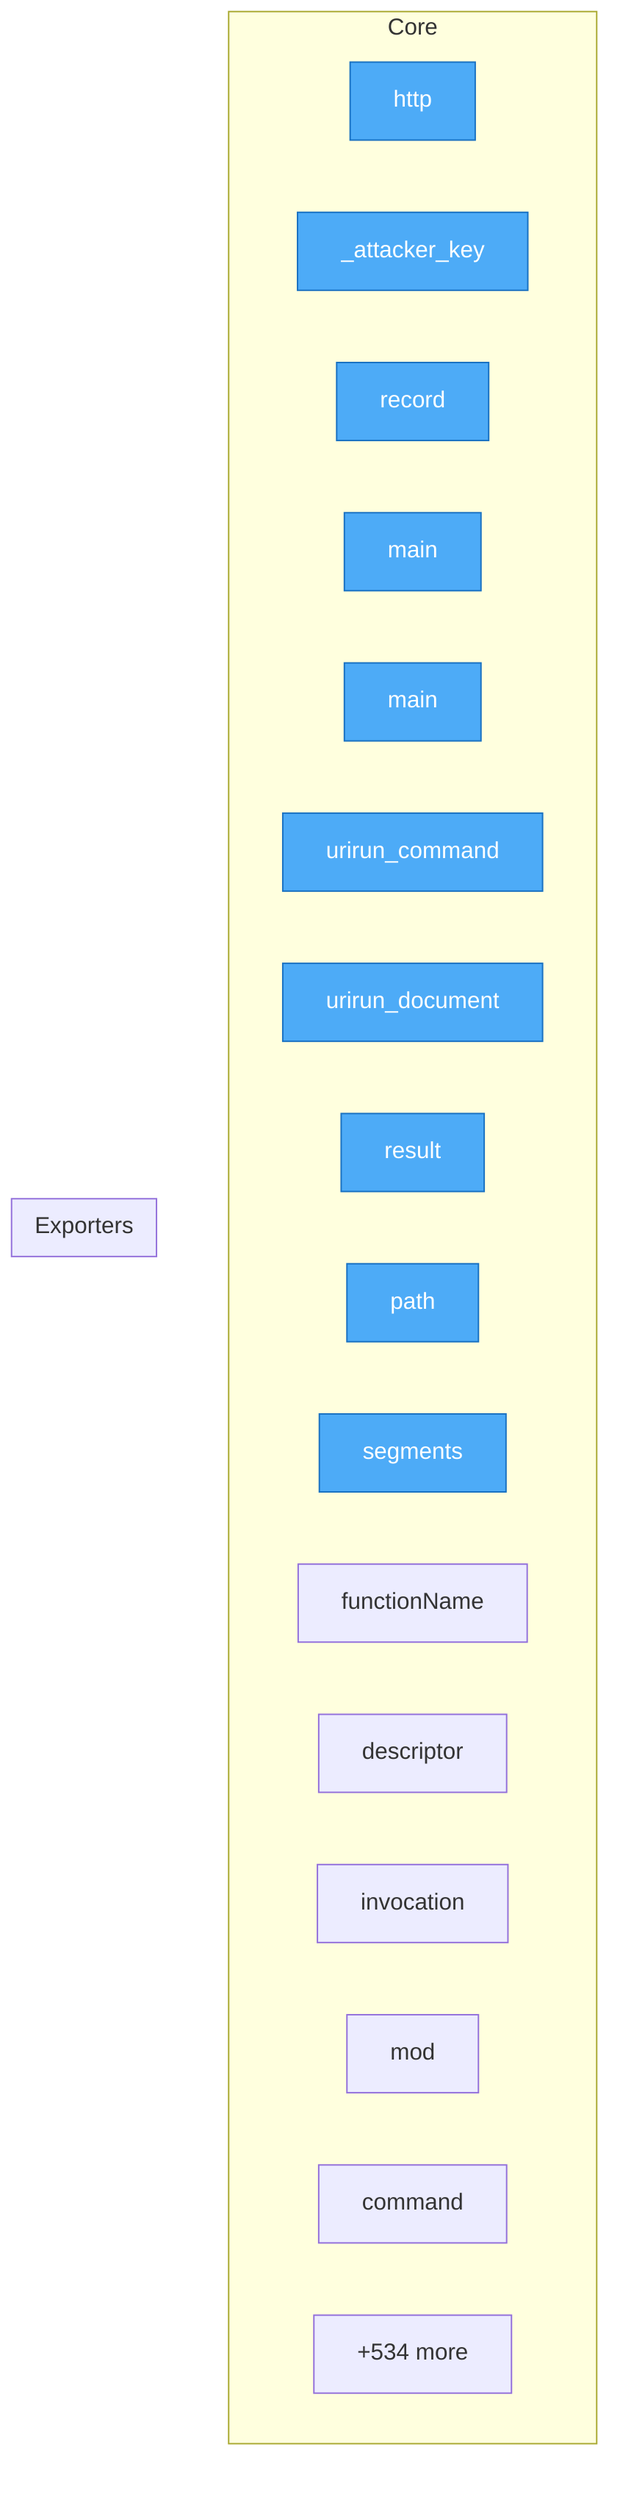
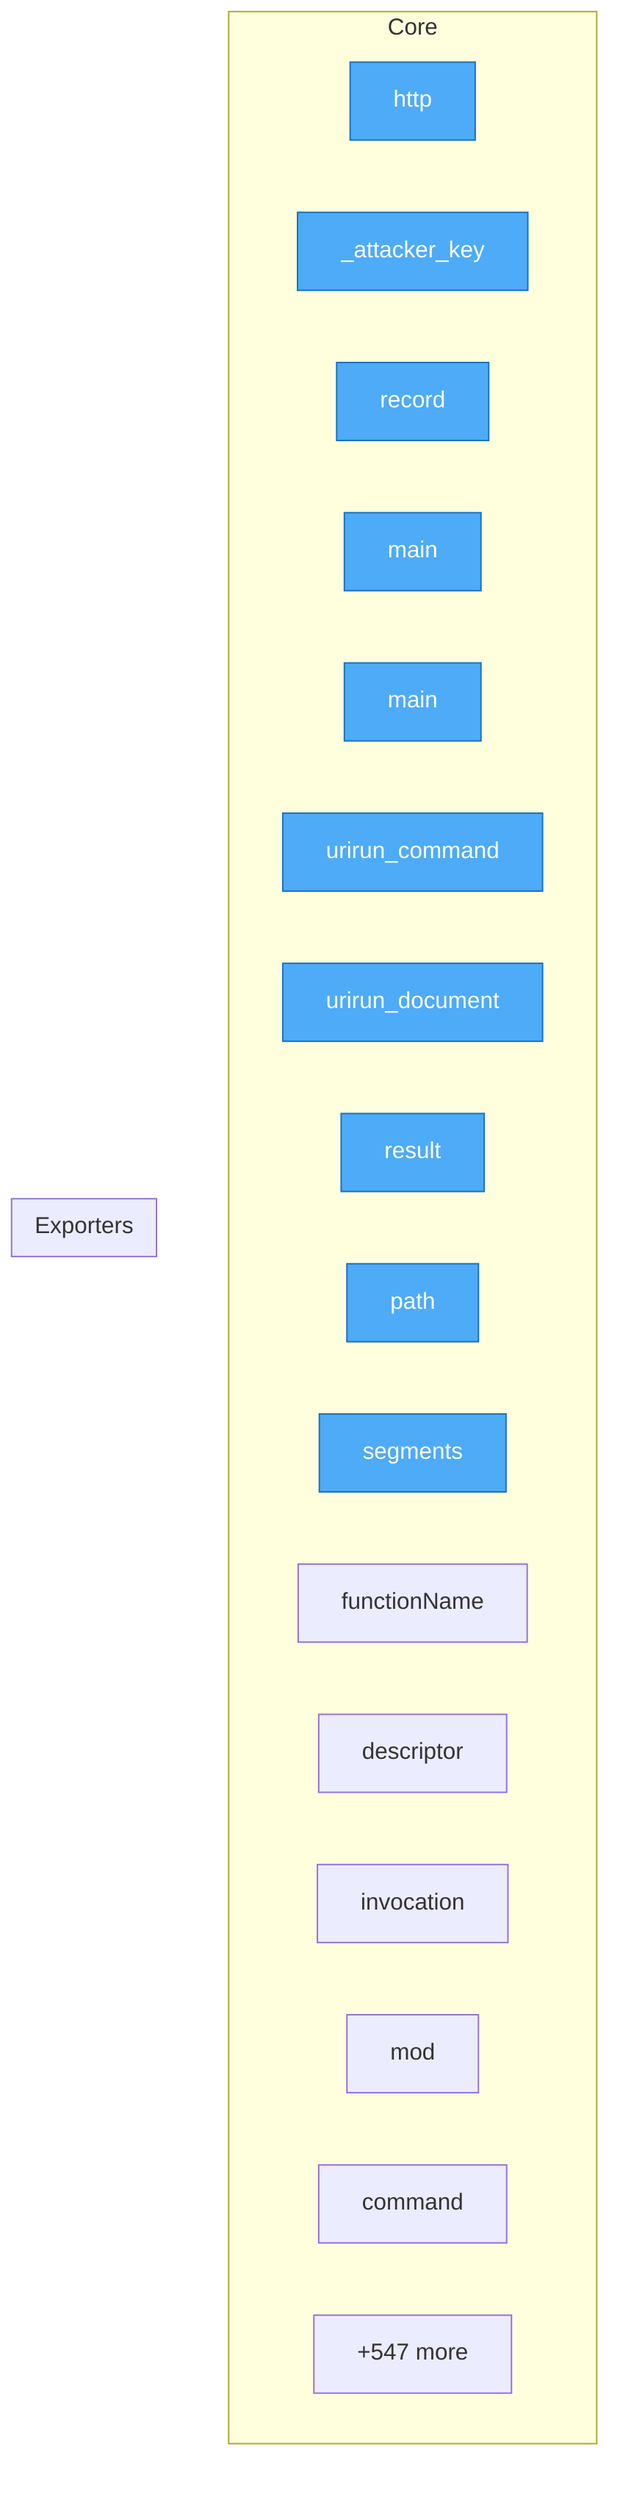
flowchart TD
- %% generated in 0.06s
+ %% generated in 0.04s

    %% Entry points (blue)
    classDef entry fill:#4dabf7,stroke:#1971c2,color:#fff

    subgraph Core
        security__mesh_probe__probe__http["http"]
        security__mesh_probe__probe___attacker_key["_attacker_key"]
        security__mesh_probe__probe__record["record"]
        adapters__conformance__main["main"]
        adapters__new_connector__main["main"]
        adapters__bash__urirun__urirun_command["urirun_command"]
        adapters__bash__urirun__urirun_document["urirun_document"]
        adapters__js__index__test__result["result"]
        adapters__js__path["path"]
        adapters__js__segments["segments"]
        adapters__js__functionName["functionName"]
        adapters__js__descriptor["descriptor"]
        adapters__js__invocation["invocation"]
        adapters__js__mod["mod"]
        adapters__java__Urirun__Urirun__command["command"]
-         ...["+534 more"]
+         ...["+547 more"]
    end

    subgraph Exporters
    end

    class security__mesh_probe__probe__http,security__mesh_probe__probe___attacker_key,security__mesh_probe__probe__record,adapters__conformance__main,adapters__new_connector__main,adapters__bash__urirun__urirun_command,adapters__bash__urirun__urirun_document,adapters__js__index__test__result,adapters__js__path,adapters__js__segments entry
